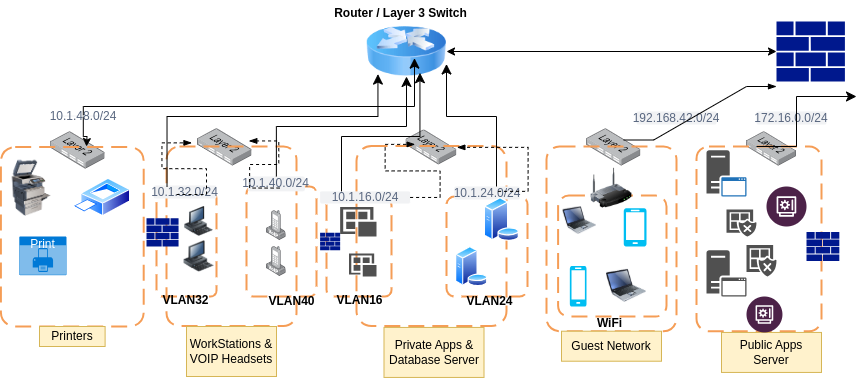
The draw.io diagram secured_network_topology.drawio.png in MwarumbaH-5523/Secured_Networks_Topology, before a commit. Source tidied: cells renumbered, new cells last; positions are measured from the earlier drawing's top-left corner, leaving out a move shared by most shapes. Source of this version:
```xml
<mxGraphModel>
  <root>
    <mxCell id="0" />
    <mxCell id="1" parent="0" />
    <mxCell id="2" style="sketch=0;shadow=0;dashed=0;html=1;strokeColor=none;labelPosition=center;verticalLabelPosition=bottom;verticalAlign=top;align=center;fillColor=#00188D;shape=mxgraph.mscae.enterprise.firewall;" parent="1" vertex="1">
      <mxGeometry x="776" y="20.9" width="68.4" height="60.2" as="geometry" />
    </mxCell>
    <mxCell id="3" style="image;html=1;image=img/lib/clip_art/networking/Router_Icon_128x128.png;" parent="1" vertex="1">
      <mxGeometry x="366" y="26" width="80" height="50" as="geometry" />
    </mxCell>
    <mxCell id="4" style="endArrow=classic;startArrow=classic;html=1;rounded=0;entryX=0;entryY=0.5;entryDx=0;entryDy=0;entryPerimeter=0;" parent="1" edge="1" source="3" target="2">
      <mxGeometry relative="1" as="geometry" />
    </mxCell>
    <mxCell id="5" style="image;html=1;align=center;shadow=0;dashed=0;image=img/lib/allied_telesis/switch/Switch_24_port_L2.svg;" parent="1" vertex="1">
      <mxGeometry x="746" y="131.2" width="50" height="34.3" as="geometry" />
    </mxCell>
    <mxCell id="6" style="image;html=1;align=center;shadow=0;dashed=0;image=img/lib/allied_telesis/switch/Switch_24_port_L2.svg;" parent="1" vertex="1">
      <mxGeometry x="586" y="128.2" width="54.4" height="37.3" as="geometry" />
    </mxCell>
    <mxCell id="7" style="image;points=[];html=1;align=center;shadow=0;dashed=0;image=img/lib/allied_telesis/switch/Switch_24_port_L2.svg;" parent="1" vertex="1">
      <mxGeometry x="405.6" y="129.5" width="50.7" height="34.8" as="geometry" />
    </mxCell>
    <mxCell id="8" style="image;points=[];html=1;align=center;shadow=0;dashed=0;image=img/lib/allied_telesis/switch/Switch_24_port_L2.svg;" parent="1" vertex="1">
      <mxGeometry x="197.1" y="128.2" width="54.4" height="37.3" as="geometry" />
    </mxCell>
    <mxCell id="9" style="image;html=1;align=center;shadow=0;dashed=0;image=img/lib/allied_telesis/switch/Switch_24_port_L2.svg;" parent="1" vertex="1">
      <mxGeometry x="50.2" y="131.2" width="54.4" height="37.3" as="geometry" />
    </mxCell>
    <mxCell id="10" style="rounded=1;arcSize=10;dashed=1;strokeColor=#F59D56;fillColor=none;gradientColor=none;dashPattern=8 4;strokeWidth=2;" parent="1" vertex="1">
      <mxGeometry x="0.4" y="146.5" width="142.8" height="179.5" as="geometry" />
    </mxCell>
    <mxCell id="11" style="rounded=1;arcSize=10;dashed=1;strokeColor=#F59D56;fillColor=none;gradientColor=none;dashPattern=8 4;strokeWidth=2;" parent="1" vertex="1">
      <mxGeometry x="166" y="146" width="130" height="179.5" as="geometry" />
    </mxCell>
    <mxCell id="12" style="rounded=1;arcSize=10;dashed=1;strokeColor=#F59D56;fillColor=none;gradientColor=none;dashPattern=8 4;strokeWidth=2;" parent="1" vertex="1">
      <mxGeometry x="356" y="145.5" width="150" height="180" as="geometry" />
    </mxCell>
    <mxCell id="13" style="rounded=1;arcSize=10;dashed=1;strokeColor=#F59D56;fillColor=none;gradientColor=none;dashPattern=8 4;strokeWidth=2;" parent="1" vertex="1">
      <mxGeometry x="546" y="146" width="130" height="184.7" as="geometry" />
    </mxCell>
    <mxCell id="14" style="rounded=1;arcSize=10;dashed=1;strokeColor=#F59D56;fillColor=none;gradientColor=none;dashPattern=8 4;strokeWidth=2;" parent="1" vertex="1">
      <mxGeometry x="696" y="146" width="125" height="184.7" as="geometry" />
    </mxCell>
    <mxCell id="15" style="rounded=1;arcSize=10;dashed=1;strokeColor=light-dark(#F59D56,#3333FF);fillColor=none;gradientColor=none;dashPattern=8 4;strokeWidth=2;" parent="1" vertex="1">
      <mxGeometry x="156" y="191.8" width="60" height="104.2" as="geometry" />
    </mxCell>
    <mxCell id="16" style="rounded=1;arcSize=10;dashed=1;strokeColor=light-dark(#F59D56,#3333FF);fillColor=none;gradientColor=none;dashPattern=8 4;strokeWidth=2;" parent="1" vertex="1">
      <mxGeometry x="246" y="186" width="70" height="110" as="geometry" />
    </mxCell>
    <mxCell id="17" style="rounded=1;arcSize=10;dashed=1;strokeColor=light-dark(#F59D56,#FF3333);fillColor=none;gradientColor=none;dashPattern=8 4;strokeWidth=2;" parent="1" vertex="1">
      <mxGeometry x="326" y="198.2" width="65" height="97.8" as="geometry" />
    </mxCell>
    <mxCell id="18" style="rounded=1;arcSize=10;dashed=1;strokeColor=light-dark(#F59D56,#FF3333);fillColor=none;gradientColor=none;dashPattern=8 4;strokeWidth=2;" parent="1" vertex="1">
      <mxGeometry x="446" y="196" width="81.1" height="100" as="geometry" />
    </mxCell>
    <mxCell id="19" style="rounded=1;arcSize=10;dashed=1;strokeColor=light-dark(#F59D56,#33FF33);fillColor=none;gradientColor=none;dashPattern=8 4;strokeWidth=2;" parent="1" vertex="1">
      <mxGeometry x="557.6" y="195.1" width="108.4" height="120.9" as="geometry" />
    </mxCell>
    <mxCell id="20" style="image;html=1;image=img/lib/clip_art/networking/Wireless_Router_128x128.png;" parent="1" vertex="1">
      <mxGeometry x="586" y="167.8" width="50" height="40" as="geometry" />
    </mxCell>
    <mxCell id="21" style="image;html=1;image=img/lib/clip_art/computers/Printer_Commercial_128x128.png;" parent="1" vertex="1">
      <mxGeometry x="6" y="159.6" width="50" height="56.4" as="geometry" />
    </mxCell>
    <mxCell id="22" style="image;perimeter=ellipsePerimeter;html=1;align=center;shadow=0;dashed=0;spacingTop=3;image=img/lib/active_directory/printer.svg;" parent="1" vertex="1">
      <mxGeometry x="72.4" y="177.9" width="57.7" height="38.1" as="geometry" />
    </mxCell>
    <mxCell id="23" value="Print" style="html=1;whiteSpace=wrap;strokeColor=none;fillColor=#0079D6;labelPosition=center;verticalLabelPosition=middle;verticalAlign=top;align=center;fontSize=12;spacingTop=-6;fontColor=#FFFFFF;sketch=0;shape=mxgraph.sitemap.print;" parent="1" vertex="1">
      <mxGeometry x="18.8" y="236" width="47.2" height="38.7" as="geometry" />
    </mxCell>
    <mxCell id="24" value="Printers" style="text;html=1;strokeColor=#d6b656;fillColor=#fff2cc;align=center;verticalAlign=middle;whiteSpace=wrap;overflow=hidden;" parent="1" vertex="1">
      <mxGeometry x="39" y="326" width="65.6" height="20" as="geometry" />
    </mxCell>
    <mxCell id="25" style="edgeStyle=elbowEdgeStyle;elbow=vertical;endArrow=classic;html=1;curved=0;rounded=0;endSize=8;startSize=8;entryX=0.6;entryY=0.633;entryDx=0;entryDy=0;entryPerimeter=0;" parent="1" edge="1" source="63" target="3">
      <mxGeometry relative="1" as="geometry">
        <Array as="points">
          <mxPoint x="256" y="106" />
        </Array>
      </mxGeometry>
    </mxCell>
    <mxCell id="26" value="WorkStations &amp;amp; VOIP Headsets" style="text;html=1;strokeColor=#d6b656;fillColor=#fff2cc;align=center;verticalAlign=middle;whiteSpace=wrap;overflow=hidden;" parent="1" vertex="1">
      <mxGeometry x="186" y="326" width="90" height="50" as="geometry" />
    </mxCell>
    <mxCell id="27" value="Private Apps &amp;amp; Database Server" style="text;html=1;strokeColor=#d6b656;fillColor=#fff2cc;align=center;verticalAlign=middle;whiteSpace=wrap;overflow=hidden;" parent="1" vertex="1">
      <mxGeometry x="383.5" y="326.9" width="100" height="50" as="geometry" />
    </mxCell>
    <mxCell id="28" value="Guest Network" style="text;html=1;strokeColor=#d6b656;fillColor=#fff2cc;align=center;verticalAlign=middle;whiteSpace=wrap;overflow=hidden;" parent="1" vertex="1">
      <mxGeometry x="561" y="330.7" width="100" height="30" as="geometry" />
    </mxCell>
    <mxCell id="29" value="Public Apps Server" style="text;html=1;strokeColor=#d6b656;fillColor=#fff2cc;align=center;verticalAlign=middle;whiteSpace=wrap;overflow=hidden;" parent="1" vertex="1">
      <mxGeometry x="721" y="331.9" width="100" height="40" as="geometry" />
    </mxCell>
    <mxCell id="30" value="10.1.32.0/24" style="rounded=1;align=center;fillColor=#F1F2F4;strokeColor=none;html=1;whiteSpace=wrap;fontColor=#596780;fontSize=12;" parent="1" vertex="1">
      <mxGeometry x="153.2" y="185" width="62.8" height="13" as="geometry" />
    </mxCell>
    <mxCell id="31" value="10.1.40.0/24" style="rounded=1;align=center;fillColor=#F1F2F4;strokeColor=none;html=1;whiteSpace=wrap;fontColor=#596780;fontSize=12;" parent="1" vertex="1">
      <mxGeometry x="247.3" y="176" width="57.2" height="14.8" as="geometry" />
    </mxCell>
    <mxCell id="32" value="10.1.16.0/24" style="rounded=1;align=center;fillColor=#F1F2F4;strokeColor=none;html=1;whiteSpace=wrap;fontColor=#596780;fontSize=12;" parent="1" vertex="1">
      <mxGeometry x="319.6" y="190.8" width="90" height="12.2" as="geometry" />
    </mxCell>
    <mxCell id="33" value="10.1.24.0/24" style="rounded=1;align=center;fillColor=#F1F2F4;strokeColor=none;html=1;whiteSpace=wrap;fontColor=#596780;fontSize=12;" parent="1" vertex="1">
      <mxGeometry x="453.8" y="186" width="65.6" height="13" as="geometry" />
    </mxCell>
    <mxCell id="34" value="192.168.42.0/24" style="rounded=1;align=center;fillColor=#F1F2F4;strokeColor=none;html=1;whiteSpace=wrap;fontColor=#596780;fontSize=12;" parent="1" vertex="1">
      <mxGeometry x="636" y="111" width="80" height="13" as="geometry" />
    </mxCell>
    <mxCell id="35" value="172.16.0.0/24" style="rounded=1;align=center;fillColor=#F1F2F4;strokeColor=none;html=1;whiteSpace=wrap;fontColor=#596780;fontSize=12;" parent="1" vertex="1">
      <mxGeometry x="756" y="111" width="70" height="13" as="geometry" />
    </mxCell>
    <mxCell id="36" value="WiFi" style="text;align=center;fontStyle=1;verticalAlign=middle;spacingLeft=3;spacingRight=3;strokeColor=none;html=1;" parent="1" vertex="1">
      <mxGeometry x="586" y="319.5" width="45.6" height="6" as="geometry" />
    </mxCell>
    <mxCell id="37" value="VLAN32" style="text;align=center;fontStyle=1;verticalAlign=middle;spacingLeft=3;spacingRight=3;strokeColor=none;html=1;" parent="1" vertex="1">
      <mxGeometry x="172.1" y="296.8" width="25" height="6" as="geometry" />
    </mxCell>
    <mxCell id="38" value="VLAN40" style="text;align=center;fontStyle=1;verticalAlign=middle;spacingLeft=3;spacingRight=3;strokeColor=none;html=1;" parent="1" vertex="1">
      <mxGeometry x="266" y="295.5" width="50" height="10" as="geometry" />
    </mxCell>
    <mxCell id="39" value="VLAN16" style="text;align=center;fontStyle=1;verticalAlign=middle;spacingLeft=3;spacingRight=3;strokeColor=none;html=1;" parent="1" vertex="1">
      <mxGeometry x="333.5" y="296.8" width="50" height="6" as="geometry" />
    </mxCell>
    <mxCell id="40" value="VLAN24" style="text;align=center;fontStyle=1;verticalAlign=middle;spacingLeft=3;spacingRight=3;strokeColor=none;html=1;" parent="1" vertex="1">
      <mxGeometry x="466" y="297.5" width="45" height="6" as="geometry" />
    </mxCell>
    <mxCell id="41" style="sketch=0;shadow=0;dashed=0;html=1;strokeColor=none;labelPosition=center;verticalLabelPosition=bottom;verticalAlign=top;align=center;fillColor=#00188D;shape=mxgraph.mscae.enterprise.firewall;" parent="1" vertex="1">
      <mxGeometry x="319.6" y="232.2" width="20.1" height="17.6" as="geometry" />
    </mxCell>
    <mxCell id="42" style="sketch=0;shadow=0;dashed=0;html=1;strokeColor=none;labelPosition=center;verticalLabelPosition=bottom;verticalAlign=top;align=center;fillColor=#00188D;shape=mxgraph.mscae.enterprise.firewall;" parent="1" vertex="1">
      <mxGeometry x="146" y="217.8" width="32" height="28.2" as="geometry" />
    </mxCell>
    <mxCell id="43" style="sketch=0;shadow=0;dashed=0;html=1;strokeColor=none;labelPosition=center;verticalLabelPosition=bottom;verticalAlign=top;align=center;fillColor=#00188D;shape=mxgraph.mscae.enterprise.firewall;" parent="1" vertex="1">
      <mxGeometry x="806" y="231.6" width="32.8" height="28.9" as="geometry" />
    </mxCell>
    <mxCell id="44" style="image;html=1;image=img/lib/clip_art/computers/Workstation_128x128.png;" parent="1" vertex="1">
      <mxGeometry x="183.5" y="240.3" width="30" height="31.6" as="geometry" />
    </mxCell>
    <mxCell id="45" style="image;html=1;image=img/lib/clip_art/computers/Workstation_128x128.png;" parent="1" vertex="1">
      <mxGeometry x="181" y="206.1" width="35" height="29.9" as="geometry" />
    </mxCell>
    <mxCell id="46" style="image;html=1;align=center;shadow=0;dashed=0;image=img/lib/allied_telesis/computer_and_terminals/VOIP_IP_phone.svg;" parent="1" vertex="1">
      <mxGeometry x="266" y="246" width="19.7" height="30" as="geometry" />
    </mxCell>
    <mxCell id="47" style="image;html=1;align=center;shadow=0;dashed=0;image=img/lib/allied_telesis/computer_and_terminals/VOIP_IP_phone.svg;" parent="1" vertex="1">
      <mxGeometry x="266" y="210.1" width="19.7" height="30" as="geometry" />
    </mxCell>
    <mxCell id="48" style="sketch=0;shadow=0;dashed=0;html=1;strokeColor=none;labelPosition=center;verticalLabelPosition=bottom;verticalAlign=top;align=center;fillColor=#505050;shape=mxgraph.mscae.intune.apps;" parent="1" vertex="1">
      <mxGeometry x="348.5" y="253.1" width="27.5" height="22.9" as="geometry" />
    </mxCell>
    <mxCell id="49" style="sketch=0;shadow=0;dashed=0;html=1;strokeColor=none;labelPosition=center;verticalLabelPosition=bottom;verticalAlign=top;align=center;fillColor=#505050;shape=mxgraph.mscae.intune.apps;" parent="1" vertex="1">
      <mxGeometry x="339.6" y="206.4" width="36.4" height="29.6" as="geometry" />
    </mxCell>
    <mxCell id="50" style="image;perimeter=ellipsePerimeter;html=1;align=center;shadow=0;dashed=0;spacingTop=3;image=img/lib/active_directory/database_server.svg;" parent="1" vertex="1">
      <mxGeometry x="454.8" y="246" width="32.8" height="40" as="geometry" />
    </mxCell>
    <mxCell id="51" style="image;perimeter=ellipsePerimeter;html=1;align=center;shadow=0;dashed=0;spacingTop=3;image=img/lib/active_directory/database_server.svg;" parent="1" vertex="1">
      <mxGeometry x="483.4" y="197" width="35.9" height="43.8" as="geometry" />
    </mxCell>
    <mxCell id="52" style="image;html=1;image=img/lib/clip_art/computers/Laptop_128x128.png;" parent="1" vertex="1">
      <mxGeometry x="606" y="264.4" width="40" height="41.6" as="geometry" />
    </mxCell>
    <mxCell id="53" style="image;html=1;image=img/lib/clip_art/computers/Laptop_128x128.png;" parent="1" vertex="1">
      <mxGeometry x="562.6" y="203.9" width="33.4" height="32.1" as="geometry" />
    </mxCell>
    <mxCell id="54" style="verticalLabelPosition=bottom;html=1;verticalAlign=top;align=center;strokeColor=none;fillColor=#00BEF2;shape=mxgraph.azure.mobile;" parent="1" vertex="1">
      <mxGeometry x="623.2" y="207.8" width="22.8" height="38.2" as="geometry" />
    </mxCell>
    <mxCell id="55" style="verticalLabelPosition=bottom;html=1;verticalAlign=top;align=center;strokeColor=none;fillColor=#00BEF2;shape=mxgraph.azure.mobile;" parent="1" vertex="1">
      <mxGeometry x="569.3" y="265.5" width="16.7" height="40.5" as="geometry" />
    </mxCell>
    <mxCell id="56" style="sketch=0;shadow=0;dashed=0;html=1;strokeColor=none;fillColor=#505050;labelPosition=center;verticalLabelPosition=bottom;verticalAlign=top;align=center;shape=mxgraph.office.servers.application_server;" parent="1" vertex="1">
      <mxGeometry x="706" y="249.8" width="40" height="46.2" as="geometry" />
    </mxCell>
    <mxCell id="57" style="sketch=0;shadow=0;dashed=0;html=1;strokeColor=none;fillColor=#505050;labelPosition=center;verticalLabelPosition=bottom;verticalAlign=top;align=center;shape=mxgraph.office.servers.application_server_blue;" parent="1" vertex="1">
      <mxGeometry x="706" y="149.6" width="40" height="46.4" as="geometry" />
    </mxCell>
    <mxCell id="58" style="sketch=0;shadow=0;dashed=0;html=1;strokeColor=none;labelPosition=center;verticalLabelPosition=bottom;verticalAlign=top;align=center;fillColor=#505050;shape=mxgraph.mscae.intune.noncompliant_apps;" parent="1" vertex="1">
      <mxGeometry x="746" y="244.4" width="30" height="31.6" as="geometry" />
    </mxCell>
    <mxCell id="59" style="sketch=0;shadow=0;dashed=0;html=1;strokeColor=none;labelPosition=center;verticalLabelPosition=bottom;verticalAlign=top;align=center;fillColor=#505050;shape=mxgraph.mscae.intune.noncompliant_apps;" parent="1" vertex="1">
      <mxGeometry x="726" y="209" width="30" height="27" as="geometry" />
    </mxCell>
    <mxCell id="60" style="verticalLabelPosition=bottom;html=1;shape=mxgraph.salesforce.financial_services2;" parent="1" vertex="1">
      <mxGeometry x="746" y="296" width="35.9" height="35.9" as="geometry" />
    </mxCell>
    <mxCell id="61" style="verticalLabelPosition=bottom;html=1;shape=mxgraph.salesforce.financial_services2;" parent="1" vertex="1">
      <mxGeometry x="766" y="186" width="40" height="40" as="geometry" />
    </mxCell>
    <mxCell id="62" style="edgeStyle=orthogonalEdgeStyle;rounded=0;jettySize=auto;html=1;" parent="1" edge="1" source="63">
      <mxGeometry relative="1" as="geometry">
        <mxPoint x="86" y="146" as="targetPoint" />
      </mxGeometry>
    </mxCell>
    <mxCell id="63" value="10.1.48.0/24" style="rounded=1;align=center;fillColor=#F1F2F4;strokeColor=none;html=1;whiteSpace=wrap;fontColor=#596780;fontSize=12;" parent="1" vertex="1">
      <mxGeometry x="56" y="115" width="53.6" height="1" as="geometry" />
    </mxCell>
    <mxCell id="64" style="edgeStyle=entityRelationEdgeStyle;fontSize=12;html=1;endArrow=blockThin;endFill=1;startArrow=none;rounded=0;startFill=0;dashed=1;entryX=0.048;entryY=0.19;entryDx=0;entryDy=0;entryPerimeter=0;exitX=0.363;exitY=0.692;exitDx=0;exitDy=0;exitPerimeter=0;" parent="1" edge="1" source="30">
      <mxGeometry relative="1" as="geometry">
        <mxPoint x="191.5" y="142.4" as="targetPoint" />
      </mxGeometry>
    </mxCell>
    <mxCell id="65" style="edgeStyle=entityRelationEdgeStyle;fontSize=12;html=1;endArrow=blockThin;endFill=1;startArrow=none;rounded=0;startFill=0;dashed=1;entryX=0.941;entryY=0.328;entryDx=0;entryDy=0;entryPerimeter=0;exitX=0.557;exitY=0.778;exitDx=0;exitDy=0;exitPerimeter=0;" parent="1" edge="1" source="31" target="8">
      <mxGeometry relative="1" as="geometry">
        <Array as="points">
          <mxPoint x="286" y="166" />
          <mxPoint x="276" y="164" />
          <mxPoint x="255" y="146" />
        </Array>
      </mxGeometry>
    </mxCell>
    <mxCell id="66" style="edgeStyle=elbowEdgeStyle;elbow=vertical;endArrow=classic;html=1;curved=0;rounded=0;endSize=8;startSize=8;exitX=0.004;exitY=0.224;exitDx=0;exitDy=0;exitPerimeter=0;entryX=0.143;entryY=0.952;entryDx=0;entryDy=0;entryPerimeter=0;" parent="1" edge="1" source="11" target="3">
      <mxGeometry relative="1" as="geometry">
        <Array as="points">
          <mxPoint x="266" y="116" />
        </Array>
      </mxGeometry>
    </mxCell>
    <mxCell id="67" style="edgeStyle=elbowEdgeStyle;elbow=vertical;endArrow=classic;html=1;curved=0;rounded=0;endSize=8;startSize=8;" parent="1" edge="1" source="31" target="3">
      <mxGeometry relative="1" as="geometry" />
    </mxCell>
    <mxCell id="68" style="edgeStyle=elbowEdgeStyle;elbow=vertical;endArrow=classic;html=1;curved=0;rounded=0;endSize=8;startSize=8;entryX=0.668;entryY=0.925;entryDx=0;entryDy=0;entryPerimeter=0;" parent="1" edge="1" target="3">
      <mxGeometry relative="1" as="geometry">
        <mxPoint x="341" y="190.8" as="sourcePoint" />
        <Array as="points">
          <mxPoint x="366" y="136" />
        </Array>
      </mxGeometry>
    </mxCell>
    <mxCell id="69" style="edgeStyle=elbowEdgeStyle;elbow=vertical;endArrow=classic;html=1;curved=0;rounded=0;endSize=8;startSize=8;entryX=1;entryY=0.75;entryDx=0;entryDy=0;" parent="1" edge="1" target="3">
      <mxGeometry relative="1" as="geometry">
        <mxPoint x="496" y="186" as="sourcePoint" />
        <Array as="points">
          <mxPoint x="456" y="116" />
        </Array>
      </mxGeometry>
    </mxCell>
    <mxCell id="70" style="edgeStyle=entityRelationEdgeStyle;fontSize=12;html=1;endArrow=blockThin;endFill=1;startArrow=none;rounded=0;startFill=0;dashed=1;entryX=0.391;entryY=-0.009;entryDx=0;entryDy=0;entryPerimeter=0;" parent="1" edge="1" source="32" target="12">
      <mxGeometry relative="1" as="geometry">
        <Array as="points">
          <mxPoint x="436" y="186" />
          <mxPoint x="436" y="186" />
          <mxPoint x="406" y="136" />
        </Array>
      </mxGeometry>
    </mxCell>
    <mxCell id="71" style="edgeStyle=entityRelationEdgeStyle;fontSize=12;html=1;endArrow=blockThin;endFill=1;startArrow=none;rounded=0;startFill=0;dashed=1;" parent="1" edge="1" target="7">
      <mxGeometry relative="1" as="geometry">
        <mxPoint x="497.6" y="190.8" as="sourcePoint" />
      </mxGeometry>
    </mxCell>
    <mxCell id="72" style="edgeStyle=entityRelationEdgeStyle;fontSize=12;html=1;endArrow=blockThin;endFill=1;startArrow=none;rounded=0;startFill=0;" parent="1" edge="1">
      <mxGeometry relative="1" as="geometry">
        <mxPoint x="623.2" y="139.5" as="sourcePoint" />
        <mxPoint x="776" y="86" as="targetPoint" />
        <Array as="points">
          <mxPoint x="676" y="140" />
          <mxPoint x="653.2" y="109.5" />
        </Array>
      </mxGeometry>
    </mxCell>
    <mxCell id="73" style="edgeStyle=elbowEdgeStyle;elbow=horizontal;endArrow=classic;html=1;curved=0;rounded=0;endSize=8;startSize=8;" parent="1" edge="1">
      <mxGeometry relative="1" as="geometry">
        <mxPoint x="756" y="146" as="sourcePoint" />
        <mxPoint x="856" y="96" as="targetPoint" />
        <Array as="points">
          <mxPoint x="796" y="116" />
        </Array>
      </mxGeometry>
    </mxCell>
    <mxCell id="74" value="Router / Layer 3 Switch" style="text;align=center;fontStyle=1;verticalAlign=middle;spacingLeft=3;spacingRight=3;strokeColor=none;html=1;" parent="1" vertex="1">
      <mxGeometry x="326" width="148.4" height="26" as="geometry" />
    </mxCell>
  </root>
</mxGraphModel>
```
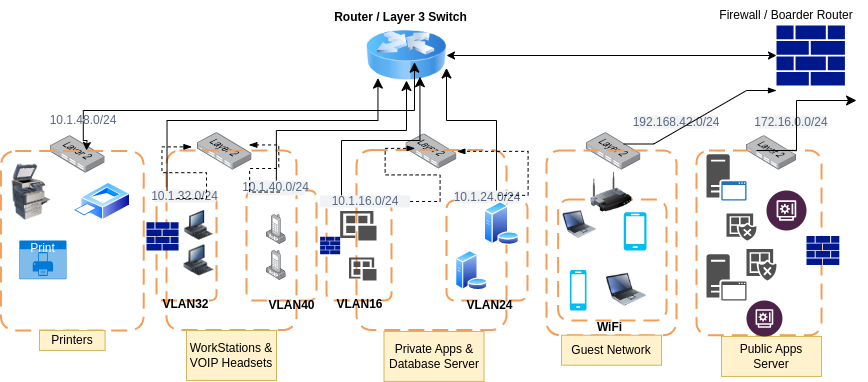
Later version of the same file.

The edit, as a diff of the source:
```diff
@@ -270,5 +270,8 @@
     <mxCell id="74" value="Router / Layer 3 Switch" style="text;align=center;fontStyle=1;verticalAlign=middle;spacingLeft=3;spacingRight=3;strokeColor=none;html=1;" parent="1" vertex="1">
       <mxGeometry x="326" width="148.4" height="26" as="geometry" />
     </mxCell>
+    <mxCell id="75" value="Firewall / Boarder Router" style="text;html=1;strokeColor=none;fillColor=none;align=center;verticalAlign=middle;whiteSpace=wrap;rounded=0;" parent="1" vertex="1">
+      <mxGeometry x="706" y="-4" width="160" height="30" as="geometry" />
+    </mxCell>
   </root>
 </mxGraphModel>
```
